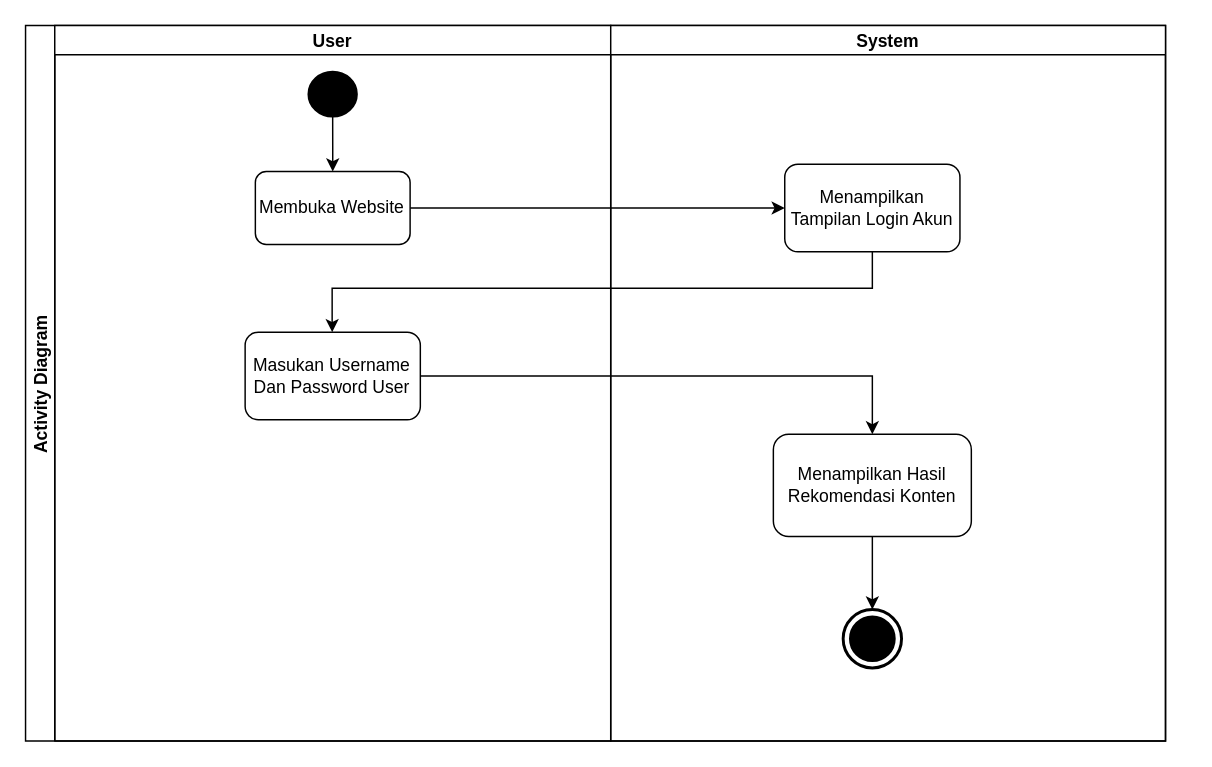
Earlier version of the draw.io diagram Activity Diagram Rekomendasi.drawio (abdraiin/Sistem-Rekomendasi-Konten). Source tidied: cells renumbered, new cells numbered last; positions are measured from the earlier drawing's top-left corner, leaving out a move shared by most shapes. Both pictures are drawn from the tidied source at 146%, with x=0, y=0 at pixel (25, 25).
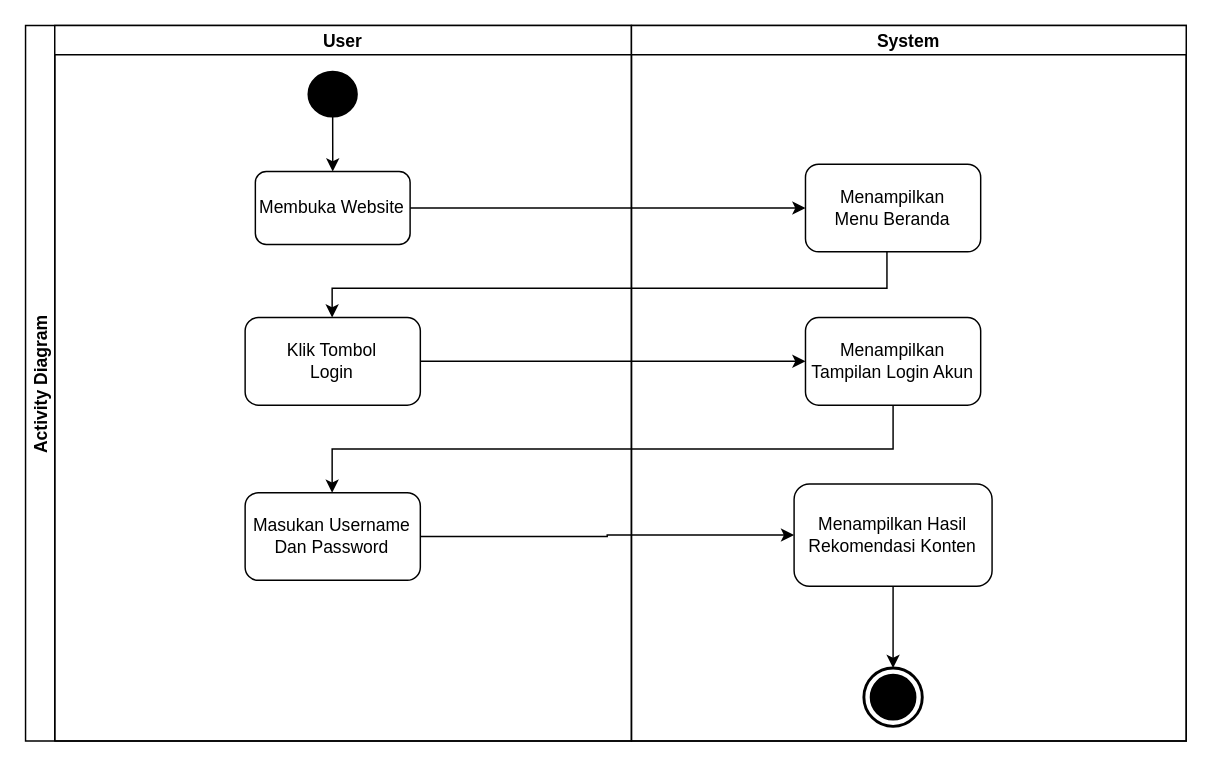
The same diagram, later.

Diff of the diagram source:
```diff
@@
     <mxCell id="2" value="Activity Diagram" style="swimlane;startSize=20;horizontal=0;" parent="1" vertex="1">
-      <mxGeometry width="780.8" height="490" as="geometry" />
+      <mxGeometry width="795" height="490" as="geometry" />
     </mxCell>
@@
     <mxCell id="4" value="User" style="swimlane;startSize=20;" parent="2" vertex="1">
-      <mxGeometry x="20" width="380.8" height="490" as="geometry" />
+      <mxGeometry x="20" width="395" height="490" as="geometry" />
     </mxCell>
@@
-    <mxCell id="8" value="Masukan Username&lt;div&gt;Dan Password User&lt;/div&gt;" style="whiteSpace=wrap;html=1;rounded=1;" parent="4" vertex="1">
-      <mxGeometry x="130.4" y="210" width="120" height="60" as="geometry" />
+    <mxCell id="8" value="Klik Tombol&lt;div&gt;Login&lt;/div&gt;" style="whiteSpace=wrap;html=1;rounded=1;" parent="4" vertex="1">
+      <mxGeometry x="130.4" y="200" width="120" height="60" as="geometry" />
     </mxCell>
+    <mxCell id="16" value="Masukan Username&lt;div&gt;Dan Password&lt;/div&gt;" style="whiteSpace=wrap;html=1;rounded=1;" parent="4" vertex="1">
+      <mxGeometry x="130.4" y="320" width="120" height="60" as="geometry" />
+    </mxCell>
     <mxCell id="9" value="System" style="swimlane;startSize=20;" parent="2" vertex="1">
-      <mxGeometry x="400.8" width="380" height="490" as="geometry" />
+      <mxGeometry x="415" width="380" height="490" as="geometry" />
     </mxCell>
-    <mxCell id="10" value="Menampilkan&lt;div&gt;Tampilan Login Akun&lt;/div&gt;" style="rounded=1;whiteSpace=wrap;html=1;" parent="9" vertex="1">
+    <mxCell id="10" value="Menampilkan&lt;div&gt;Menu Beranda&lt;/div&gt;" style="rounded=1;whiteSpace=wrap;html=1;" parent="9" vertex="1">
       <mxGeometry x="119.2" y="95" width="120" height="60" as="geometry" />
     </mxCell>
+    <mxCell id="13" style="html=1;shape=mxgraph.sysml.actFinal;strokeWidth=2;verticalLabelPosition=bottom;verticalAlignment=top;" parent="9" vertex="1">
+      <mxGeometry x="159.2" y="440" width="40" height="40" as="geometry" />
+    </mxCell>
+    <mxCell id="17" value="Menampilkan&lt;div&gt;Tampilan Login Akun&lt;/div&gt;" style="whiteSpace=wrap;html=1;rounded=1;" parent="9" vertex="1">
+      <mxGeometry x="119.2" y="200" width="120" height="60" as="geometry" />
+    </mxCell>
+    <mxCell id="12" value="Menampilkan Hasil&lt;div&gt;Rekomendasi Konten&lt;/div&gt;" style="whiteSpace=wrap;html=1;rounded=1;" parent="9" vertex="1">
+      <mxGeometry x="111.4" y="314" width="135.6" height="70" as="geometry" />
+    </mxCell>
@@
-    <mxCell id="12" value="Menampilkan Hasil&lt;div&gt;Rekomendasi Konten&lt;/div&gt;" style="whiteSpace=wrap;html=1;rounded=1;" parent="9" vertex="1">
-      <mxGeometry x="111.4" y="280" width="135.6" height="70" as="geometry" />
-    </mxCell>
-    <mxCell id="13" style="html=1;shape=mxgraph.sysml.actFinal;strokeWidth=2;verticalLabelPosition=bottom;verticalAlignment=top;" parent="9" vertex="1">
-      <mxGeometry x="159.2" y="400" width="40" height="40" as="geometry" />
-    </mxCell>
     <mxCell id="14" style="edgeStyle=orthogonalEdgeStyle;rounded=0;jettySize=auto;html=1;" parent="2" edge="1" source="10" target="8">
       <mxGeometry relative="1" as="geometry">
         <Array as="points">
-          <mxPoint x="580" y="180" />
+          <mxPoint x="590" y="180" />
           <mxPoint x="210" y="180" />
         </Array>
       </mxGeometry>
     </mxCell>
-    <mxCell id="15" style="edgeStyle=orthogonalEdgeStyle;rounded=0;jettySize=auto;html=1;entryX=0.5;entryY=0;entryDx=0;entryDy=0;" parent="2" edge="1" source="8" target="12">
-      <mxGeometry relative="1" as="geometry" />
-    </mxCell>
+    <mxCell id="18" style="edgeStyle=orthogonalEdgeStyle;rounded=0;jettySize=auto;html=1;" parent="2" edge="1" source="8" target="17">
+      <mxGeometry relative="1" as="geometry" />
+    </mxCell>
+    <mxCell id="19" style="edgeStyle=orthogonalEdgeStyle;rounded=0;jettySize=auto;html=1;" parent="2" edge="1" source="17" target="16">
+      <mxGeometry relative="1" as="geometry">
+        <Array as="points">
+          <mxPoint x="594" y="290" />
+          <mxPoint x="210" y="290" />
+        </Array>
+      </mxGeometry>
+    </mxCell>
+    <mxCell id="20" style="edgeStyle=orthogonalEdgeStyle;rounded=0;jettySize=auto;html=1;exitX=1;exitY=0.5;exitDx=0;exitDy=0;entryX=0;entryY=0.5;entryDx=0;entryDy=0;" parent="2" edge="1" source="16" target="12">
+      <mxGeometry relative="1" as="geometry" />
+    </mxCell>
```
